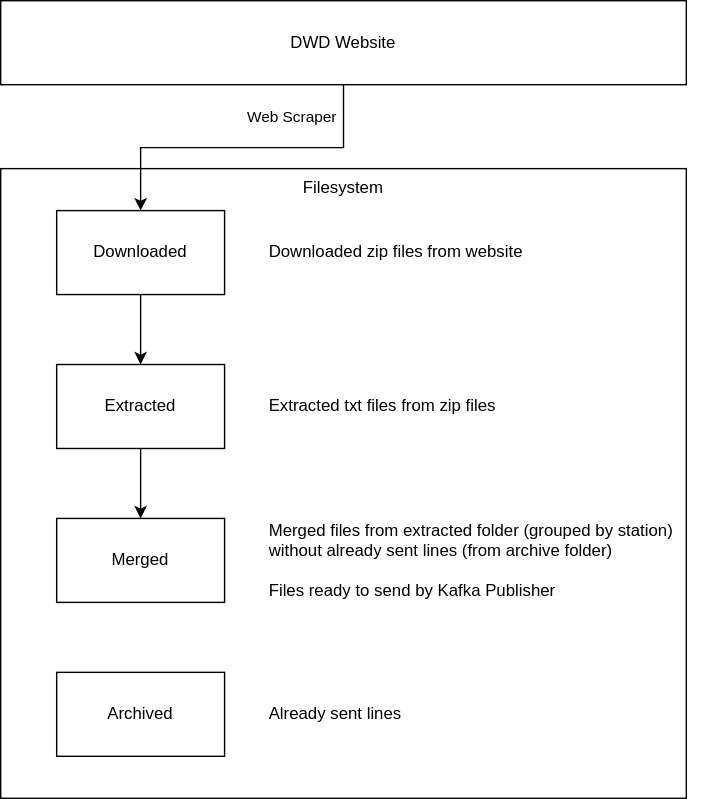
This is img/generator.drawio.svg from jkaniaros/jetstream, a draw.io export, as it was before one commit. Source tidied: cells renumbered, new cells last; positions are measured from the earlier drawing's top-left corner, leaving out a move shared by most shapes. Its diagram source:
```xml
<mxGraphModel>
  <root>
    <mxCell id="0" />
    <mxCell id="1" parent="0" />
    <mxCell id="2" value="Filesystem" style="rounded=0;whiteSpace=wrap;html=1;verticalAlign=top;fillColor=none;" parent="1" vertex="1">
      <mxGeometry y="120" width="490" height="450" as="geometry" />
    </mxCell>
    <mxCell id="3" style="edgeStyle=none;html=1;entryX=0.5;entryY=0;entryDx=0;entryDy=0;" parent="1" edge="1" source="4" target="6">
      <mxGeometry relative="1" as="geometry" />
    </mxCell>
    <mxCell id="4" value="Downloaded" style="rounded=0;whiteSpace=wrap;html=1;fillColor=none;" parent="1" vertex="1">
      <mxGeometry x="40" y="150" width="120" height="60" as="geometry" />
    </mxCell>
    <mxCell id="5" style="edgeStyle=none;html=1;entryX=0.5;entryY=0;entryDx=0;entryDy=0;" parent="1" edge="1" source="6" target="7">
      <mxGeometry relative="1" as="geometry" />
    </mxCell>
    <mxCell id="6" value="Extracted" style="rounded=0;whiteSpace=wrap;html=1;fillColor=none;" parent="1" vertex="1">
      <mxGeometry x="40" y="260" width="120" height="60" as="geometry" />
    </mxCell>
    <mxCell id="7" value="Merged" style="rounded=0;whiteSpace=wrap;html=1;fillColor=none;" parent="1" vertex="1">
      <mxGeometry x="40" y="370" width="120" height="60" as="geometry" />
    </mxCell>
    <mxCell id="8" value="Archived" style="rounded=0;whiteSpace=wrap;html=1;fillColor=none;" parent="1" vertex="1">
      <mxGeometry x="40" y="480" width="120" height="60" as="geometry" />
    </mxCell>
    <mxCell id="9" style="edgeStyle=orthogonalEdgeStyle;html=1;entryX=0.5;entryY=0;entryDx=0;entryDy=0;exitX=0.5;exitY=1;exitDx=0;exitDy=0;rounded=0;" parent="1" edge="1" source="11" target="4">
      <mxGeometry relative="1" as="geometry" />
    </mxCell>
    <mxCell id="10" value="Web Scraper" style="edgeLabel;html=1;align=center;verticalAlign=middle;labelBackgroundColor=none;" parent="9" vertex="1">
      <mxGeometry x="-0.67" y="-3" relative="1" as="geometry">
        <mxPoint x="-35" y="-17" as="offset" />
      </mxGeometry>
    </mxCell>
    <mxCell id="11" value="DWD Website" style="rounded=0;whiteSpace=wrap;html=1;fillColor=none;" parent="1" vertex="1">
      <mxGeometry width="490" height="60" as="geometry" />
    </mxCell>
    <mxCell id="12" value="Downloaded zip files from website" style="text;html=1;strokeColor=none;fillColor=none;align=left;verticalAlign=middle;whiteSpace=wrap;rounded=0;" parent="1" vertex="1">
      <mxGeometry x="190" y="150" width="190" height="60" as="geometry" />
    </mxCell>
    <mxCell id="13" value="Extracted txt files from zip files&lt;span style=&quot;color: rgba(0, 0, 0, 0); font-family: monospace; font-size: 0px;&quot;&gt;%3CmxGraphModel%3E%3Croot%3E%3CmxCell%20id%3D%220%22%2F%3E%3CmxCell%20id%3D%221%22%20parent%3D%220%22%2F%3E%3CmxCell%20id%3D%222%22%20value%3D%22Heruntergeladene%20Dateien%2C%26lt%3Bbr%26gt%3BZip-Files%22%20style%3D%22text%3Bhtml%3D1%3BstrokeColor%3Dnone%3BfillColor%3Dnone%3Balign%3Dcenter%3BverticalAlign%3Dmiddle%3BwhiteSpace%3Dwrap%3Brounded%3D0%3B%22%20vertex%3D%221%22%20parent%3D%221%22%3E%3CmxGeometry%20x%3D%22270%22%20y%3D%22150%22%20width%3D%22190%22%20height%3D%2260%22%20as%3D%22geometry%22%2F%3E%3C%2FmxCell%3E%3C%2Froot%3E%3C%2FmxGraphModel%3E&lt;/span&gt;" style="text;html=1;strokeColor=none;fillColor=none;align=left;verticalAlign=middle;whiteSpace=wrap;rounded=0;" parent="1" vertex="1">
      <mxGeometry x="190" y="260" width="190" height="60" as="geometry" />
    </mxCell>
    <mxCell id="14" value="&lt;span style=&quot;background-color: initial;&quot;&gt;Merged files from extracted folder (grouped by station)&lt;/span&gt;&lt;br&gt;without already sent lines (from archive folder)&lt;br&gt;&lt;br&gt;&lt;span style=&quot;background-color: initial;&quot;&gt;Files ready to send by Kafka Publisher&lt;/span&gt;" style="text;html=1;strokeColor=none;fillColor=none;align=left;verticalAlign=middle;whiteSpace=wrap;rounded=0;" parent="1" vertex="1">
      <mxGeometry x="190" y="370" width="320" height="60" as="geometry" />
    </mxCell>
    <mxCell id="15" value="Already sent lines" style="text;html=1;strokeColor=none;fillColor=none;align=left;verticalAlign=middle;whiteSpace=wrap;rounded=0;" parent="1" vertex="1">
      <mxGeometry x="190" y="480" width="190" height="60" as="geometry" />
    </mxCell>
  </root>
</mxGraphModel>
```
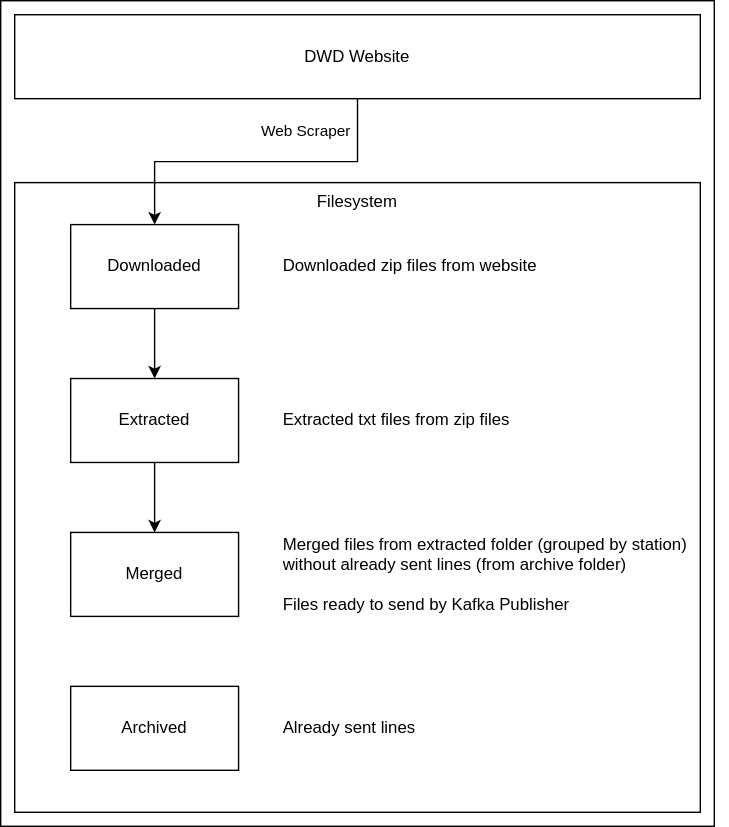
Above is the later version.

Diff of the diagram source:
```diff
@@ -2,6 +2,9 @@
   <root>
     <mxCell id="0" />
     <mxCell id="1" parent="0" />
+    <mxCell id="16" style="rounded=0;whiteSpace=wrap;html=1;" parent="1" vertex="1">
+      <mxGeometry x="-10" y="-10" width="510" height="590" as="geometry" />
+    </mxCell>
     <mxCell id="2" value="Filesystem" style="rounded=0;whiteSpace=wrap;html=1;verticalAlign=top;fillColor=none;" parent="1" vertex="1">
       <mxGeometry y="120" width="490" height="450" as="geometry" />
     </mxCell>
```
